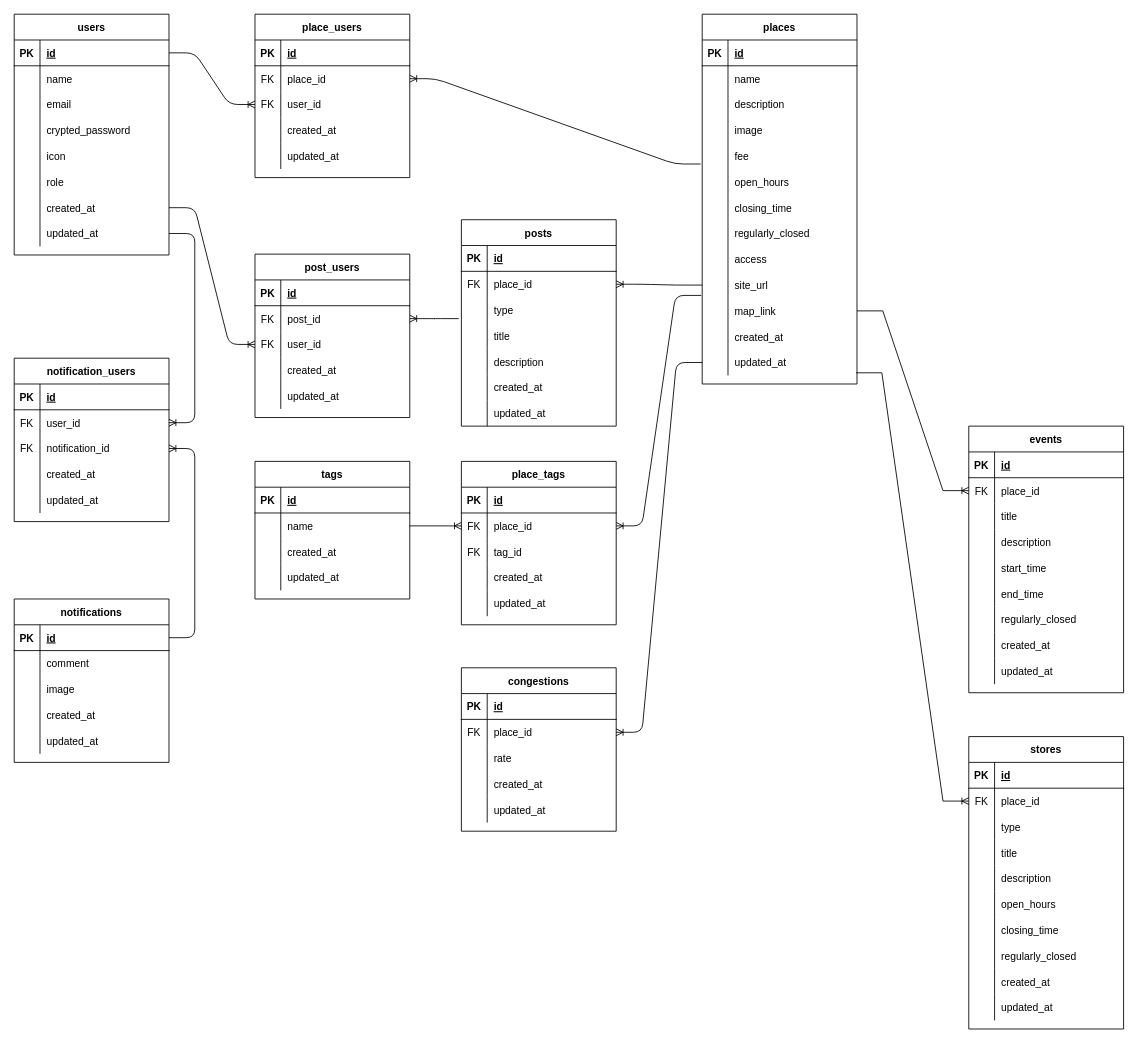
yyrnutdkg/rooftop-garden-for-relaxation keeps this draw.io diagram as er.drawio. Above is the earlier version. Source tidied: cells renumbered, new cells numbered last; positions are measured from the earlier drawing's top-left corner, leaving out a move shared by most shapes. Both pictures are drawn from the tidied source at 86%, with x=0, y=0 at pixel (14, 14).
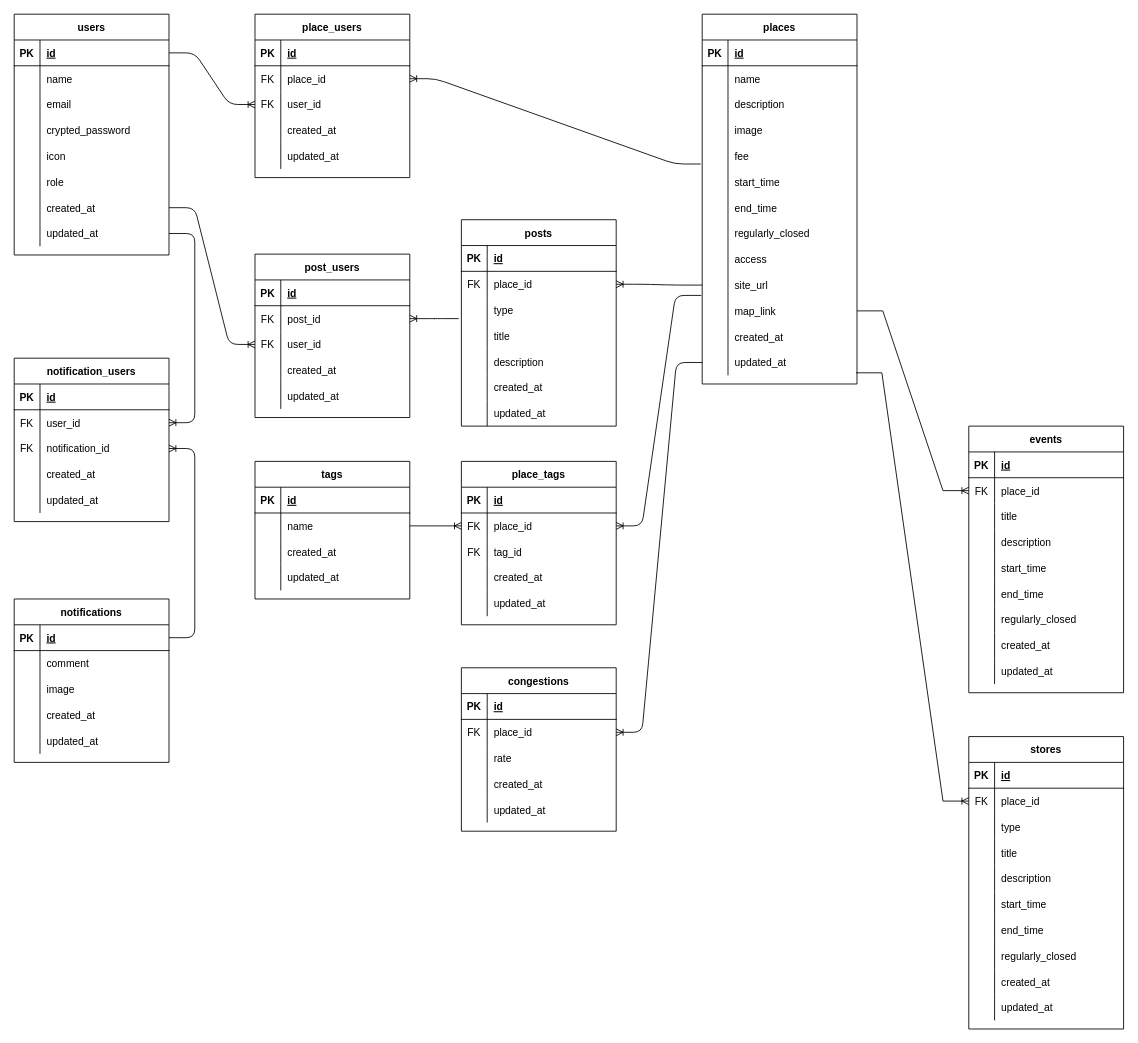
The same diagram, later.

Commit message:
[fix]指摘事項修正,表記揺れの修正

The change refers to these unchanged cells:
```xml
<mxCell id="78" style="shape=partialRectangle;fillColor=none;top=0;left=0;bottom=0;right=0;fontColor=#000000;" parent="62" vertex="1">
  <mxGeometry y="180" width="180" height="30" as="geometry" />
</mxCell>
<mxCell id="81" style="shape=partialRectangle;fillColor=none;top=0;left=0;bottom=0;right=0;fontColor=#000000;" parent="62" vertex="1">
  <mxGeometry y="210" width="180" height="30" as="geometry" />
</mxCell>
<mxCell id="252" style="shape=tableRow;horizontal=0;startSize=0;swimlaneHead=0;swimlaneBody=0;fillColor=none;top=0;left=0;right=0;bottom=0;fontColor=#000000;" parent="236" vertex="1">
  <mxGeometry y="180" width="180" height="30" as="geometry" />
</mxCell>
<mxCell id="255" style="shape=tableRow;horizontal=0;startSize=0;swimlaneHead=0;swimlaneBody=0;fillColor=none;top=0;left=0;right=0;bottom=0;fontColor=#000000;" parent="236" vertex="1">
  <mxGeometry y="210" width="180" height="30" as="geometry" />
</mxCell>
```

What changed in the source:
```diff
@@
-    <mxCell id="80" value="open_hours" style="shape=partialRectangle;fillColor=none;top=0;left=0;bottom=0;right=0;align=left;spacingLeft=6;overflow=hidden;fontColor=#000000;" parent="78" vertex="1">
+    <mxCell id="80" value="start_time" style="shape=partialRectangle;fillColor=none;top=0;left=0;bottom=0;right=0;align=left;spacingLeft=6;overflow=hidden;fontColor=#000000;" parent="78" vertex="1">
       <mxGeometry x="30" width="150" height="30" as="geometry" />
     </mxCell>
@@
-    <mxCell id="83" value="closing_time" style="shape=partialRectangle;fillColor=none;top=0;left=0;bottom=0;right=0;align=left;spacingLeft=6;overflow=hidden;fontColor=#000000;" parent="81" vertex="1">
+    <mxCell id="83" value="end_time" style="shape=partialRectangle;fillColor=none;top=0;left=0;bottom=0;right=0;align=left;spacingLeft=6;overflow=hidden;fontColor=#000000;" parent="81" vertex="1">
       <mxGeometry x="30" width="150" height="30" as="geometry" />
     </mxCell>
@@
-    <mxCell id="254" value="open_hours" style="shape=partialRectangle;fillColor=none;top=0;left=0;bottom=0;right=0;align=left;spacingLeft=6;overflow=hidden;fontColor=#000000;" parent="252" vertex="1">
+    <mxCell id="254" value="start_time" style="shape=partialRectangle;fillColor=none;top=0;left=0;bottom=0;right=0;align=left;spacingLeft=6;overflow=hidden;fontColor=#000000;" parent="252" vertex="1">
       <mxGeometry x="30" width="150" height="30" as="geometry" />
     </mxCell>
@@
-    <mxCell id="257" value="closing_time" style="shape=partialRectangle;fillColor=none;top=0;left=0;bottom=0;right=0;align=left;spacingLeft=6;overflow=hidden;fontColor=#000000;" parent="255" vertex="1">
+    <mxCell id="257" value="end_time" style="shape=partialRectangle;fillColor=none;top=0;left=0;bottom=0;right=0;align=left;spacingLeft=6;overflow=hidden;fontColor=#000000;" parent="255" vertex="1">
       <mxGeometry x="30" width="150" height="30" as="geometry" />
     </mxCell>
```
